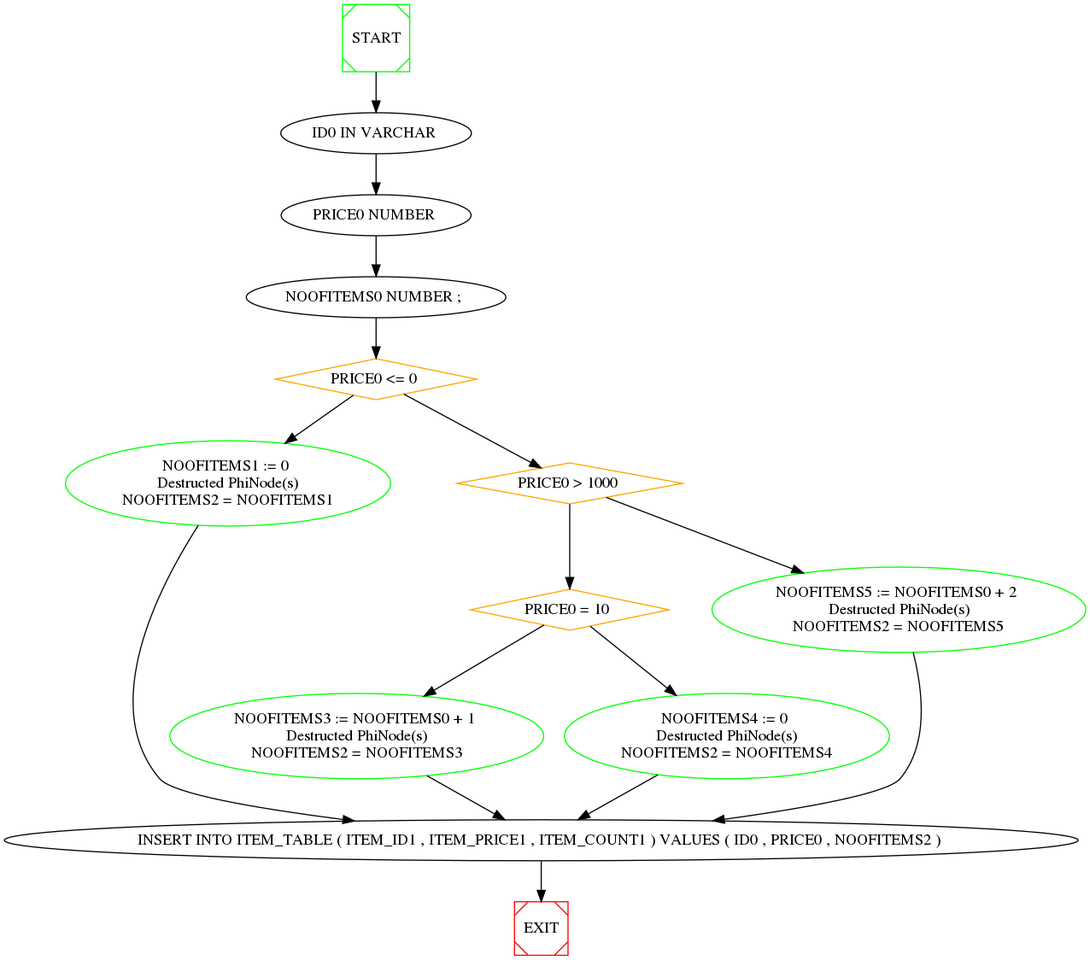
Before: se/destructed_phi_node_wala_graph.png, a diagram exported from Graphviz (NabeelQaiser/BTP_2k18-19). Its source is kept beside it as se/destructed_phi_node_wala_graph.dot.
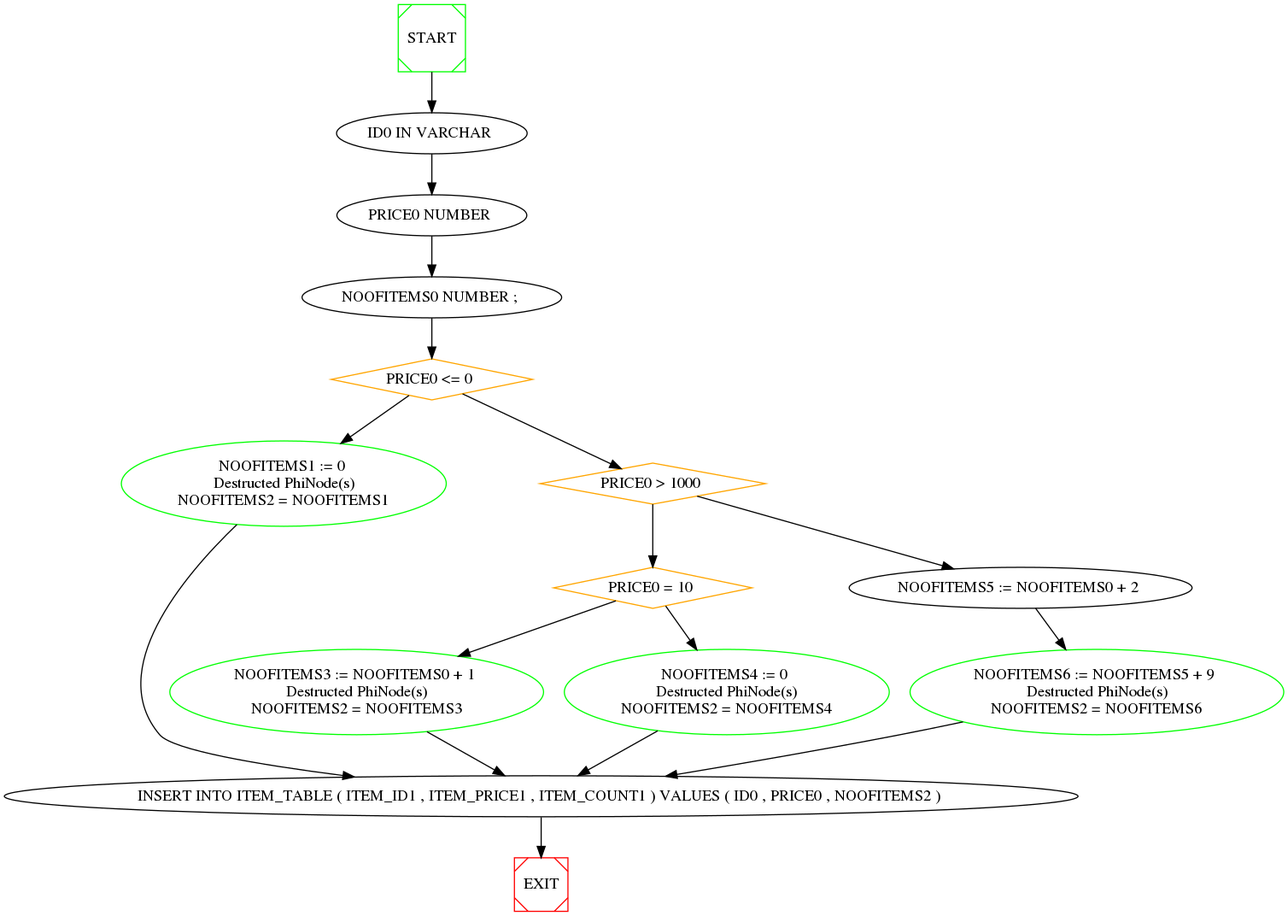
After the commit.

What changed in the source:
```diff
@@ -24,34 +24,38 @@
 
 	5[ label="NOOFITEMS1 := 0 \nDestructed PhiNode(s)\nNOOFITEMS2 = NOOFITEMS1" , color=green ] ;
 
-	5 -> 11 ;
+	5 -> 12 ;
 
 	6[ label="PRICE0 > 1000 " , color=orange, shape=diamond ] ;
 
-	6 -> 8 ;
+	6 -> 9 ;
 	6 -> 7 ;
 
-	7[ label="NOOFITEMS5 := NOOFITEMS0 + 2 \nDestructed PhiNode(s)\nNOOFITEMS2 = NOOFITEMS5" , color=green ] ;
+	7[ label="NOOFITEMS5 := NOOFITEMS0 + 2 "  ] ;
 
-	7 -> 11 ;
+	7 -> 8 ;
 
-	8[ label="PRICE0 = 10 " , color=orange, shape=diamond ] ;
+	8[ label="NOOFITEMS6 := NOOFITEMS5 + 9 \nDestructed PhiNode(s)\nNOOFITEMS2 = NOOFITEMS6" , color=green ] ;
 
-	8 -> 9 ;
-	8 -> 10 ;
+	8 -> 12 ;
 
-	9[ label="NOOFITEMS3 := NOOFITEMS0 + 1 \nDestructed PhiNode(s)\nNOOFITEMS2 = NOOFITEMS3" , color=green ] ;
+	9[ label="PRICE0 = 10 " , color=orange, shape=diamond ] ;
 
+	9 -> 10 ;
 	9 -> 11 ;
 
-	10[ label="NOOFITEMS4 := 0 \nDestructed PhiNode(s)\nNOOFITEMS2 = NOOFITEMS4" , color=green ] ;
+	10[ label="NOOFITEMS3 := NOOFITEMS0 + 1 \nDestructed PhiNode(s)\nNOOFITEMS2 = NOOFITEMS3" , color=green ] ;
 
-	10 -> 11 ;
+	10 -> 12 ;
 
-	11[ label="INSERT INTO ITEM_TABLE ( ITEM_ID1 , ITEM_PRICE1 , ITEM_COUNT1 ) VALUES ( ID0 , PRICE0 , NOOFITEMS2 ) "  ] ;
+	11[ label="NOOFITEMS4 := 0 \nDestructed PhiNode(s)\nNOOFITEMS2 = NOOFITEMS4" , color=green ] ;
+
+	11 -> 12 ;
+
+	12[ label="INSERT INTO ITEM_TABLE ( ITEM_ID1 , ITEM_PRICE1 , ITEM_COUNT1 ) VALUES ( ID0 , PRICE0 , NOOFITEMS2 ) "  ] ;
 
 
 	0[ label="START", shape=Msquare, color=green ] ;
-	11 -> EXIT ;EXIT[ shape=Msquare, color=red ] ;
+	12 -> EXIT ;EXIT[ shape=Msquare, color=red ] ;
 
 }
```
